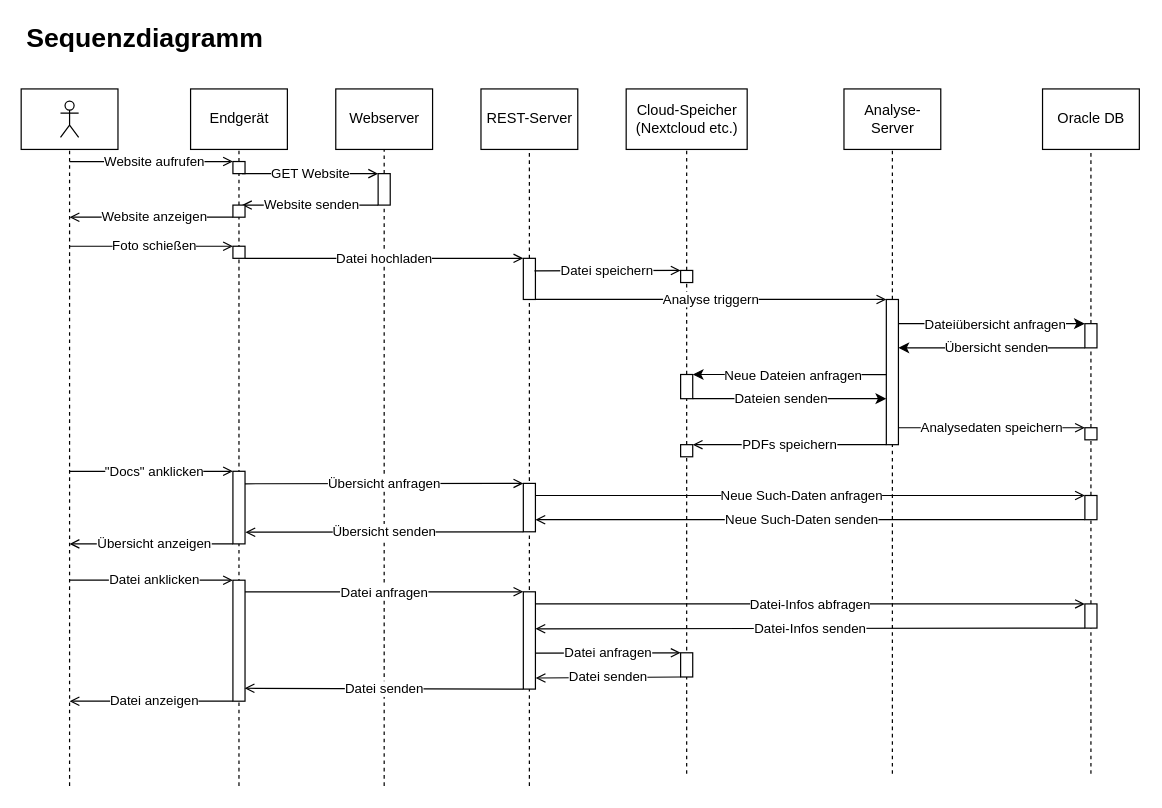
This is page "Sequenzdiagramm" (2 of 3) of docs/Overview/resources/Diagramme/doc-ver_Diagramme.drawio from doc-ver/Doku, a draw.io file, before an edit. Source tidied: cells renumbered, new cells numbered last; positions are measured from the earlier drawing's top-left corner, leaving out a move shared by most shapes. Both pictures are drawn from the tidied source at 121%, with x=0, y=0 at pixel (21, 21).
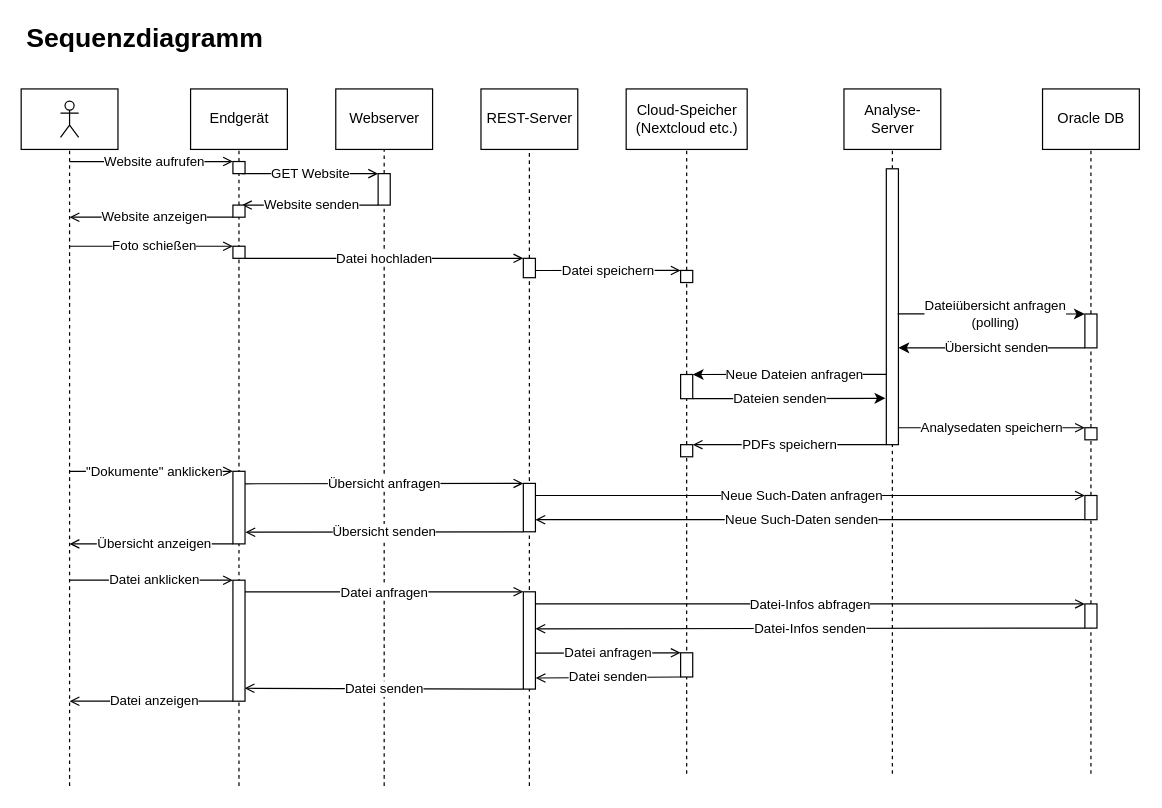
After the change.

The change refers to these unchanged cells:
```xml
<mxCell id="28" style="rounded=0;whiteSpace=wrap;html=1;" parent="1" vertex="1">
  <mxGeometry x="545" y="206" width="10" height="10" as="geometry" />
</mxCell>
<mxCell id="50" style="rounded=0;whiteSpace=wrap;html=1;" parent="1" vertex="1">
  <mxGeometry x="175" y="372" width="10" height="60" as="geometry" />
</mxCell>
<mxCell id="78" style="rounded=0;whiteSpace=wrap;html=1;" parent="1" vertex="1">
  <mxGeometry x="545" y="292" width="10" height="20" as="geometry" />
</mxCell>
```

The edit, as a diff of the source:
```diff
@@
     <mxCell id="22" style="rounded=0;whiteSpace=wrap;html=1;" parent="1" vertex="1">
-      <mxGeometry x="415" y="196" width="10" height="34" as="geometry" />
+      <mxGeometry x="415" y="196" width="10" height="16" as="geometry" />
     </mxCell>
@@
-    <mxCell id="30" value="Datei speichern" style="endArrow=open;html=1;strokeWidth=1;endFill=0;entryX=0;entryY=0;entryDx=0;entryDy=0;exitX=0.923;exitY=0.305;exitDx=0;exitDy=0;exitPerimeter=0;" parent="1" edge="1" source="22" target="28">
+    <mxCell id="30" value="Datei speichern" style="endArrow=open;html=1;strokeWidth=1;endFill=0;entryX=0;entryY=0;entryDx=0;entryDy=0;exitX=1.05;exitY=0.629;exitDx=0;exitDy=0;exitPerimeter=0;" parent="1" edge="1" source="22" target="28">
       <mxGeometry relative="1" as="geometry" />
     </mxCell>
@@
     <mxCell id="33" style="rounded=0;whiteSpace=wrap;html=1;" parent="1" vertex="1">
-      <mxGeometry x="715" y="230" width="10" height="120" as="geometry" />
+      <mxGeometry x="715" y="122" width="10" height="228" as="geometry" />
     </mxCell>
-    <mxCell id="34" style="endArrow=classic;html=1;strokeWidth=1;entryX=0;entryY=0;entryDx=0;entryDy=0;exitX=1;exitY=0.167;exitDx=0;exitDy=0;exitPerimeter=0;" parent="1" edge="1" source="33" target="74">
+    <mxCell id="34" style="endArrow=classic;html=1;strokeWidth=1;entryX=0;entryY=0;entryDx=0;entryDy=0;exitX=0.939;exitY=0.526;exitDx=0;exitDy=0;exitPerimeter=0;" parent="1" edge="1" source="33" target="74">
       <mxGeometry relative="1" as="geometry" />
     </mxCell>
-    <mxCell id="35" value="Dateiübersicht anfragen" style="edgeLabel;html=1;align=center;verticalAlign=middle;" parent="34" vertex="1">
+    <mxCell id="35" value="&lt;div&gt;Dateiübersicht anfragen&lt;/div&gt;&lt;div&gt;(polling)&lt;br&gt;&lt;/div&gt;" style="edgeLabel;html=1;align=center;verticalAlign=middle;" parent="34" vertex="1">
       <mxGeometry x="-0.14" y="3" relative="1" as="geometry">
         <mxPoint x="13.3" y="3" as="offset" />
       </mxGeometry>
     </mxCell>
-    <mxCell id="36" style="endArrow=classic;html=1;strokeWidth=1;exitX=0;exitY=1;exitDx=0;exitDy=0;entryX=0.994;entryY=0.333;entryDx=0;entryDy=0;entryPerimeter=0;" parent="1" edge="1" source="74" target="33">
+    <mxCell id="36" style="endArrow=classic;html=1;strokeWidth=1;exitX=0;exitY=1;exitDx=0;exitDy=0;entryX=0.994;entryY=0.649;entryDx=0;entryDy=0;entryPerimeter=0;" parent="1" edge="1" source="74" target="33">
       <mxGeometry relative="1" as="geometry" />
     </mxCell>
@@
-    <mxCell id="38" style="endArrow=classic;html=1;strokeWidth=1;exitX=1;exitY=1;exitDx=0;exitDy=0;entryX=0;entryY=0.683;entryDx=0;entryDy=0;entryPerimeter=0;" parent="1" edge="1" source="78" target="33">
+    <mxCell id="38" style="endArrow=classic;html=1;strokeWidth=1;exitX=1;exitY=1;exitDx=0;exitDy=0;entryX=-0.077;entryY=0.832;entryDx=0;entryDy=0;entryPerimeter=0;" parent="1" edge="1" source="78" target="33">
       <mxGeometry relative="1" as="geometry" />
     </mxCell>
@@
-    <mxCell id="40" style="endArrow=classic;html=1;strokeWidth=1;entryX=1;entryY=0;entryDx=0;entryDy=0;exitX=-0.013;exitY=0.517;exitDx=0;exitDy=0;exitPerimeter=0;" parent="1" edge="1" source="33" target="78">
+    <mxCell id="40" style="endArrow=classic;html=1;strokeWidth=1;entryX=1;entryY=0;entryDx=0;entryDy=0;exitX=0.04;exitY=0.745;exitDx=0;exitDy=0;exitPerimeter=0;" parent="1" edge="1" source="33" target="78">
       <mxGeometry relative="1" as="geometry" />
     </mxCell>
@@
-    <mxCell id="51" value="&quot;Docs&quot; anklicken" style="endArrow=open;html=1;strokeWidth=1;endFill=0;entryX=0;entryY=0;entryDx=0;entryDy=0;" parent="1" edge="1" target="50">
+    <mxCell id="51" value="&lt;div&gt;&quot;Dokumente&quot; anklicken&lt;/div&gt;" style="endArrow=open;html=1;strokeWidth=1;endFill=0;entryX=0;entryY=0;entryDx=0;entryDy=0;" parent="1" edge="1" target="50">
       <mxGeometry x="0.04" relative="1" as="geometry">
         <mxPoint x="40" y="372" as="sourcePoint" />
       </mxGeometry>
     </mxCell>
@@
-    <mxCell id="71" value="Analyse triggern" style="endArrow=open;html=1;strokeWidth=1;endFill=0;exitX=1;exitY=1;exitDx=0;exitDy=0;entryX=0;entryY=0;entryDx=0;entryDy=0;" parent="1" edge="1" source="22" target="33">
-      <mxGeometry relative="1" as="geometry" />
-    </mxCell>
@@
     <mxCell id="74" style="rounded=0;whiteSpace=wrap;html=1;" parent="1" vertex="1">
-      <mxGeometry x="879.1" y="250" width="10" height="20" as="geometry" />
+      <mxGeometry x="879.1" y="242" width="10" height="28" as="geometry" />
     </mxCell>
```
